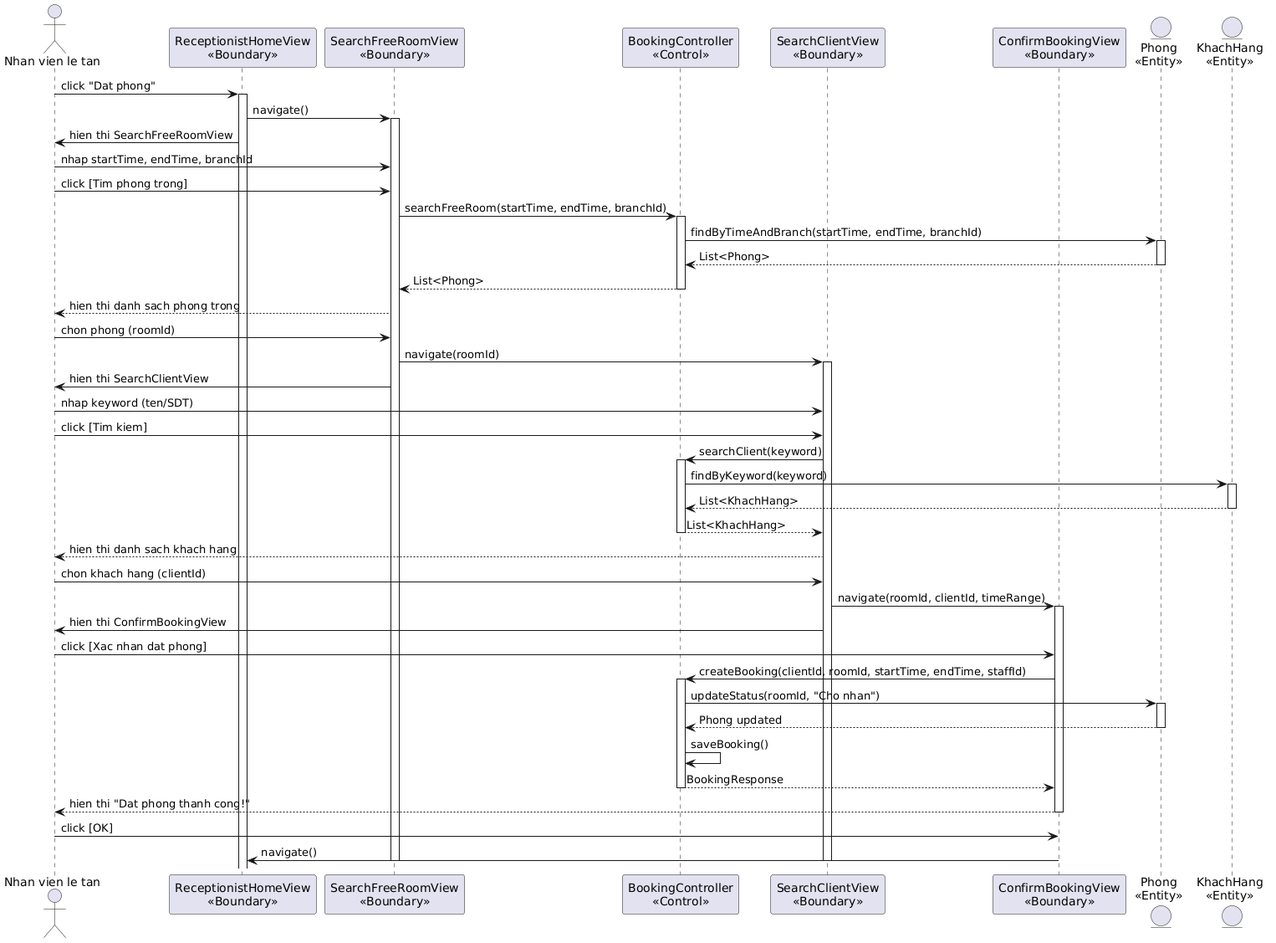
This is output/diagrams/booking_seq_1.png from thanhtrnnn/cnpm, a PlantUML export, as it was before one commit.
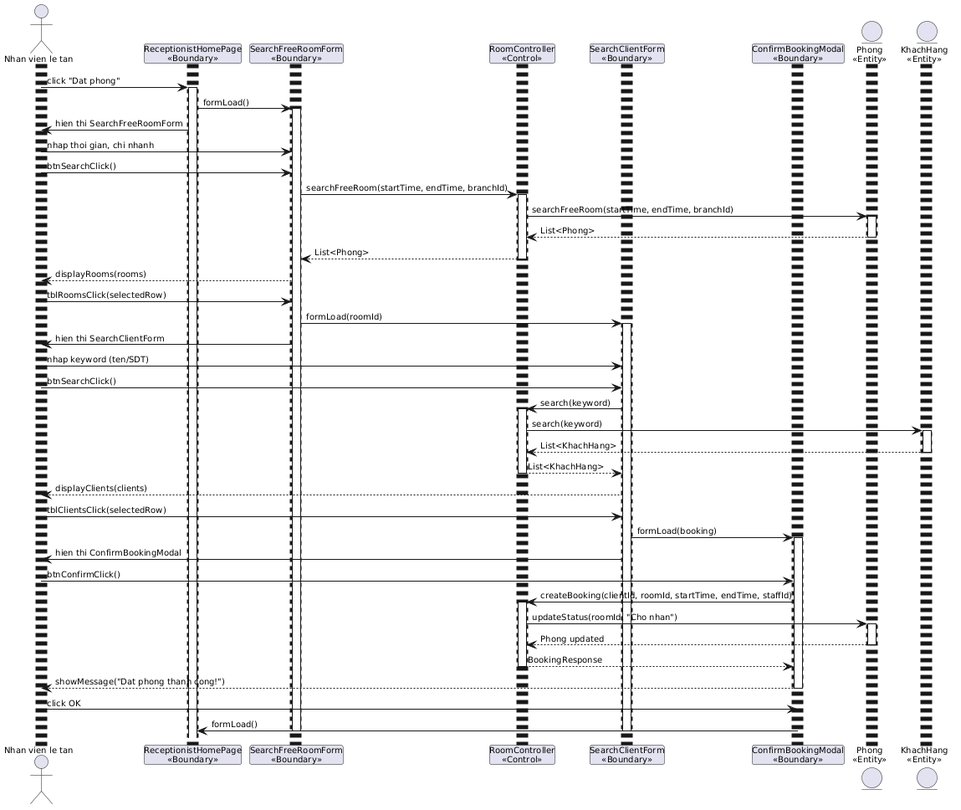
Later version of the same file.

The edit, as a diff of the source:
```diff
@@ -1,68 +1,80 @@
 @startuml
+skinparam defaultFontName "Arial"
+skinparam defaultFontSize 10
+skinparam shadowing false
+
+<style>
+sequenceDiagram {
+  actor { Padding 2 Margin 2 FontName "Arial" FontSize 10 }
+  participant { Padding 2 Margin 2 FontName "Arial" FontSize 10 }
+  lifeLine { LineThickness 1 Padding 4 }
+  message { FontName "Arial" FontSize 10 Padding 1 }
+}
+</style>
+
 actor "Nhan vien le tan" as NV
-participant "ReceptionistHomeView\n<<Boundary>>" as Home
-participant "SearchFreeRoomView\n<<Boundary>>" as SearchRoom
-participant "BookingController\n<<Control>>" as Ctrl
-participant "SearchClientView\n<<Boundary>>" as SearchClient
-participant "ConfirmBookingView\n<<Boundary>>" as Confirm
+participant "ReceptionistHomePage\n<<Boundary>>" as Home
+participant "SearchFreeRoomForm\n<<Boundary>>" as SearchRoom
+participant "RoomController\n<<Control>>" as Ctrl
+participant "SearchClientForm\n<<Boundary>>" as SearchClient
+participant "ConfirmBookingModal\n<<Boundary>>" as Confirm
 entity "Phong\n<<Entity>>" as Phong
 entity "KhachHang\n<<Entity>>" as KH
 
 NV -> Home: click "Dat phong"
 activate Home
-Home -> SearchRoom: navigate()
+Home -> SearchRoom: formLoad()
 activate SearchRoom
-Home -> NV: hien thi SearchFreeRoomView
+Home -> NV: hien thi SearchFreeRoomForm
 
-NV -> SearchRoom: nhap startTime, endTime, branchId
-NV -> SearchRoom: click [Tim phong trong]
+NV -> SearchRoom: nhap thoi gian, chi nhanh
+NV -> SearchRoom: btnSearchClick()
 SearchRoom -> Ctrl: searchFreeRoom(startTime, endTime, branchId)
 activate Ctrl
-Ctrl -> Phong: findByTimeAndBranch(startTime, endTime, branchId)
+Ctrl -> Phong: searchFreeRoom(startTime, endTime, branchId)
 activate Phong
 Phong --> Ctrl: List<Phong>
 deactivate Phong
 Ctrl --> SearchRoom: List<Phong>
 deactivate Ctrl
-SearchRoom --> NV: hien thi danh sach phong trong
+SearchRoom --> NV: displayRooms(rooms)
 
-NV -> SearchRoom: chon phong (roomId)
-SearchRoom -> SearchClient: navigate(roomId)
+NV -> SearchRoom: tblRoomsClick(selectedRow)
+SearchRoom -> SearchClient: formLoad(roomId)
 activate SearchClient
-SearchRoom -> NV: hien thi SearchClientView
+SearchRoom -> NV: hien thi SearchClientForm
 
 NV -> SearchClient: nhap keyword (ten/SDT)
-NV -> SearchClient: click [Tim kiem]
-SearchClient -> Ctrl: searchClient(keyword)
+NV -> SearchClient: btnSearchClick()
+SearchClient -> Ctrl: search(keyword)
 activate Ctrl
-Ctrl -> KH: findByKeyword(keyword)
+Ctrl -> KH: search(keyword)
 activate KH
 KH --> Ctrl: List<KhachHang>
 deactivate KH
 Ctrl --> SearchClient: List<KhachHang>
 deactivate Ctrl
-SearchClient --> NV: hien thi danh sach khach hang
+SearchClient --> NV: displayClients(clients)
 
-NV -> SearchClient: chon khach hang (clientId)
-SearchClient -> Confirm: navigate(roomId, clientId, timeRange)
+NV -> SearchClient: tblClientsClick(selectedRow)
+SearchClient -> Confirm: formLoad(booking)
 activate Confirm
-SearchClient -> NV: hien thi ConfirmBookingView
+SearchClient -> NV: hien thi ConfirmBookingModal
 
-NV -> Confirm: click [Xac nhan dat phong]
+NV -> Confirm: btnConfirmClick()
 Confirm -> Ctrl: createBooking(clientId, roomId, startTime, endTime, staffId)
 activate Ctrl
 Ctrl -> Phong: updateStatus(roomId, "Cho nhan")
 activate Phong
 Phong --> Ctrl: Phong updated
 deactivate Phong
-Ctrl -> Ctrl: saveBooking()
 Ctrl --> Confirm: BookingResponse
 deactivate Ctrl
-Confirm --> NV: hien thi "Dat phong thanh cong!"
+Confirm --> NV: showMessage("Dat phong thanh cong!")
 deactivate Confirm
 
-NV -> Confirm: click [OK]
-Confirm -> Home: navigate()
+NV -> Confirm: click OK
+Confirm -> Home: formLoad()
 deactivate SearchRoom
 deactivate SearchClient
 @enduml
```
